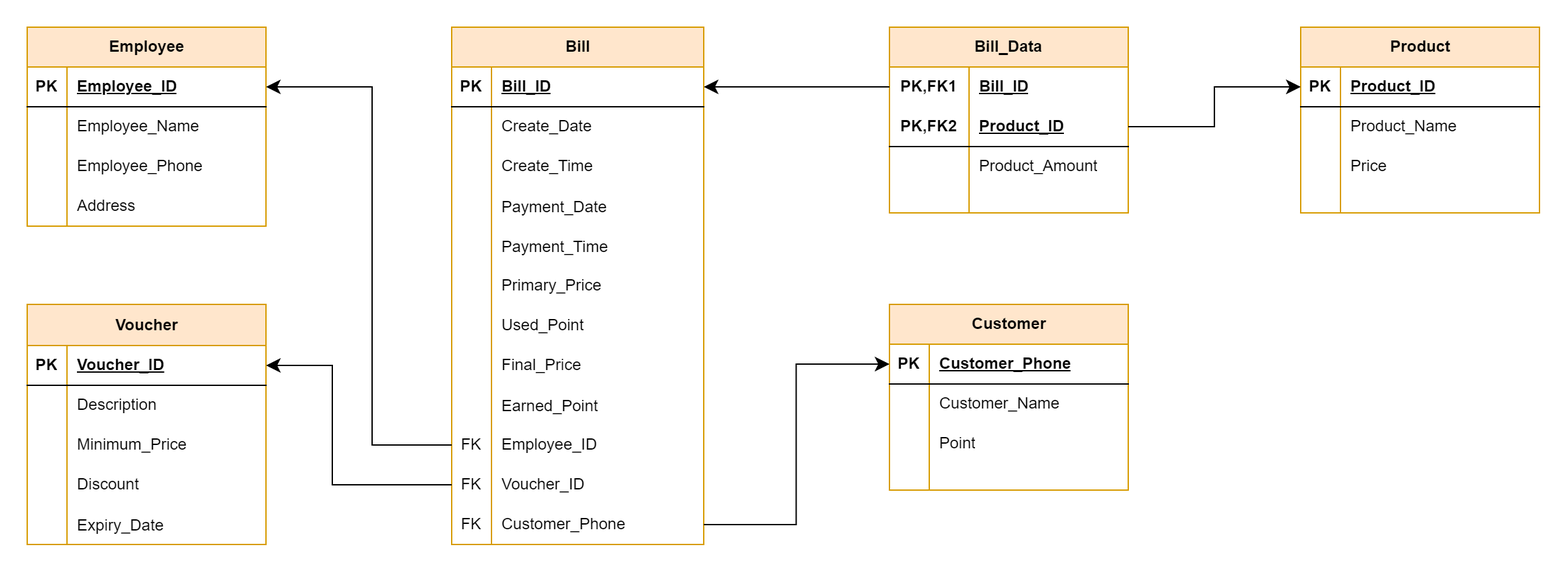
Before: Assignment/Relational Model.png, a diagram exported from draw.io (bakaqc/DBI202-Labs_and_Assignment). Source tidied: cells renumbered, new cells last; positions are measured from the earlier drawing's top-left corner, leaving out a move shared by most shapes.
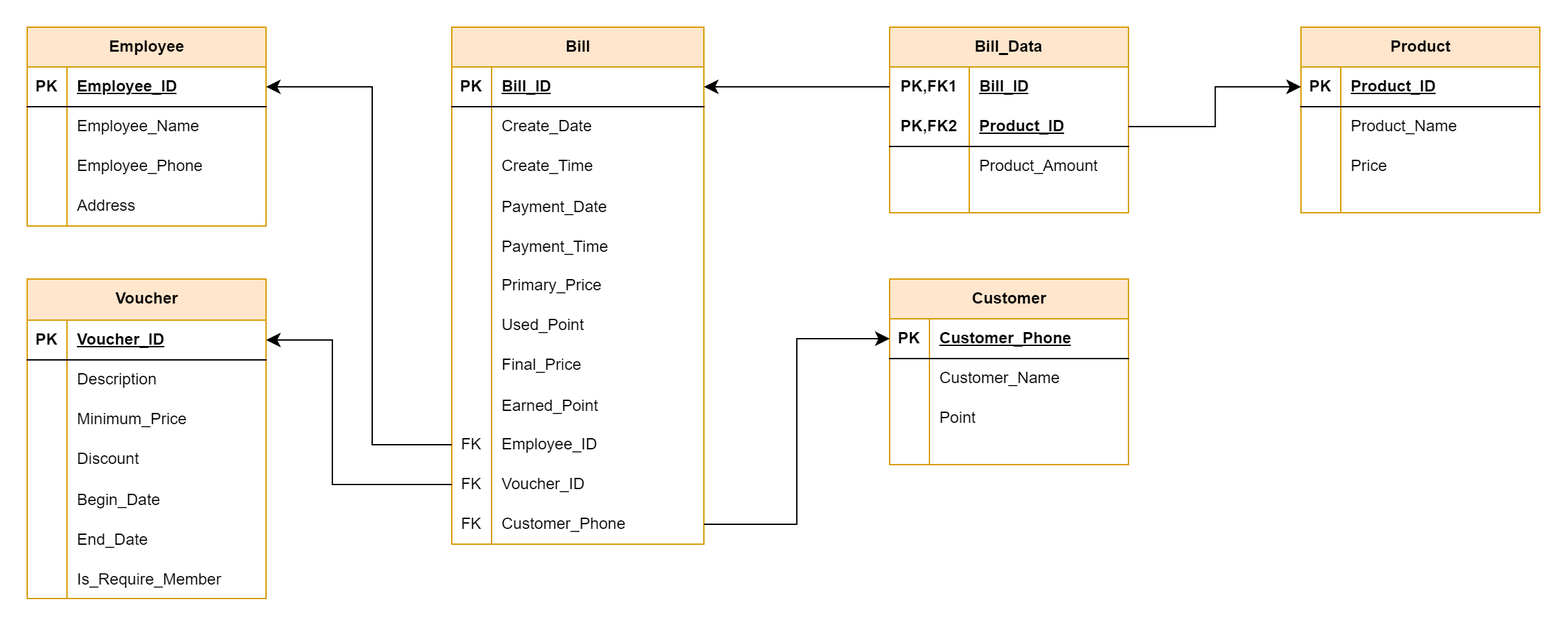
Above is the later version.

Diff of the diagram source:
```diff
@@ -42,7 +42,7 @@
       <mxGeometry x="30" width="150" height="30" as="geometry" />
     </mxCell>
     <mxCell id="15" value="Voucher" style="shape=table;startSize=31;rowLines=0;fontStyle=1;align=center;html=1;fillColor=#ffe6cc;strokeColor=#d79b00;" parent="1" vertex="1">
-      <mxGeometry y="209" width="180" height="181" as="geometry" />
+      <mxGeometry y="190" width="180" height="241" as="geometry" />
     </mxCell>
     <mxCell id="16" style="shape=tableRow;horizontal=0;startSize=0;swimlaneHead=0;swimlaneBody=0;fillColor=none;points=[[0,0.5],[1,0.5]];portConstraint=eastwest;top=0;left=0;right=0;bottom=1;" parent="15" vertex="1">
       <mxGeometry y="31" width="180" height="30" as="geometry" />
@@ -86,11 +86,29 @@
     <mxCell id="29" style="shape=partialRectangle;fillColor=none;top=0;left=0;bottom=0;right=0;overflow=hidden;" parent="28" vertex="1">
       <mxGeometry width="30" height="30" as="geometry" />
     </mxCell>
-    <mxCell id="30" value="Expiry_Date" style="shape=partialRectangle;fillColor=none;top=0;left=0;bottom=0;right=0;align=left;spacingLeft=6;overflow=hidden;" parent="28" vertex="1">
+    <mxCell id="30" value="Begin_Date" style="shape=partialRectangle;fillColor=none;top=0;left=0;bottom=0;right=0;align=left;spacingLeft=6;overflow=hidden;" parent="28" vertex="1">
       <mxGeometry x="30" width="150" height="30" as="geometry" />
     </mxCell>
+    <mxCell id="112" style="shape=tableRow;horizontal=0;startSize=0;swimlaneHead=0;swimlaneBody=0;fillColor=none;top=0;left=0;right=0;bottom=0;" parent="15" vertex="1">
+      <mxGeometry y="181" width="180" height="30" as="geometry" />
+    </mxCell>
+    <mxCell id="113" style="shape=partialRectangle;fillColor=none;top=0;left=0;bottom=0;right=0;overflow=hidden;" parent="112" vertex="1">
+      <mxGeometry width="30" height="30" as="geometry" />
+    </mxCell>
+    <mxCell id="114" value="End_Date" style="shape=partialRectangle;fillColor=none;top=0;left=0;bottom=0;right=0;align=left;spacingLeft=6;overflow=hidden;" parent="112" vertex="1">
+      <mxGeometry x="30" width="150" height="30" as="geometry" />
+    </mxCell>
+    <mxCell id="115" style="shape=tableRow;horizontal=0;startSize=0;swimlaneHead=0;swimlaneBody=0;fillColor=none;top=0;left=0;right=0;bottom=0;" parent="15" vertex="1">
+      <mxGeometry y="211" width="180" height="30" as="geometry" />
+    </mxCell>
+    <mxCell id="116" style="shape=partialRectangle;fillColor=none;top=0;left=0;bottom=0;right=0;overflow=hidden;" parent="115" vertex="1">
+      <mxGeometry width="30" height="30" as="geometry" />
+    </mxCell>
+    <mxCell id="117" value="Is_Require_Member" style="shape=partialRectangle;fillColor=none;top=0;left=0;bottom=0;right=0;align=left;spacingLeft=6;overflow=hidden;" parent="115" vertex="1">
+      <mxGeometry x="30" width="150" height="30" as="geometry" />
+    </mxCell>
     <mxCell id="31" value="Customer" style="shape=table;startSize=30;rowLines=0;fontStyle=1;align=center;html=1;fillColor=#ffe6cc;strokeColor=#d79b00;" parent="1" vertex="1">
-      <mxGeometry x="650" y="209" width="180" height="140" as="geometry" />
+      <mxGeometry x="650" y="190" width="180" height="140" as="geometry" />
     </mxCell>
     <mxCell id="32" style="shape=tableRow;horizontal=0;startSize=0;swimlaneHead=0;swimlaneBody=0;fillColor=none;points=[[0,0.5],[1,0.5]];portConstraint=eastwest;top=0;left=0;right=0;bottom=1;" parent="31" vertex="1">
       <mxGeometry y="30" width="180" height="30" as="geometry" />
```
